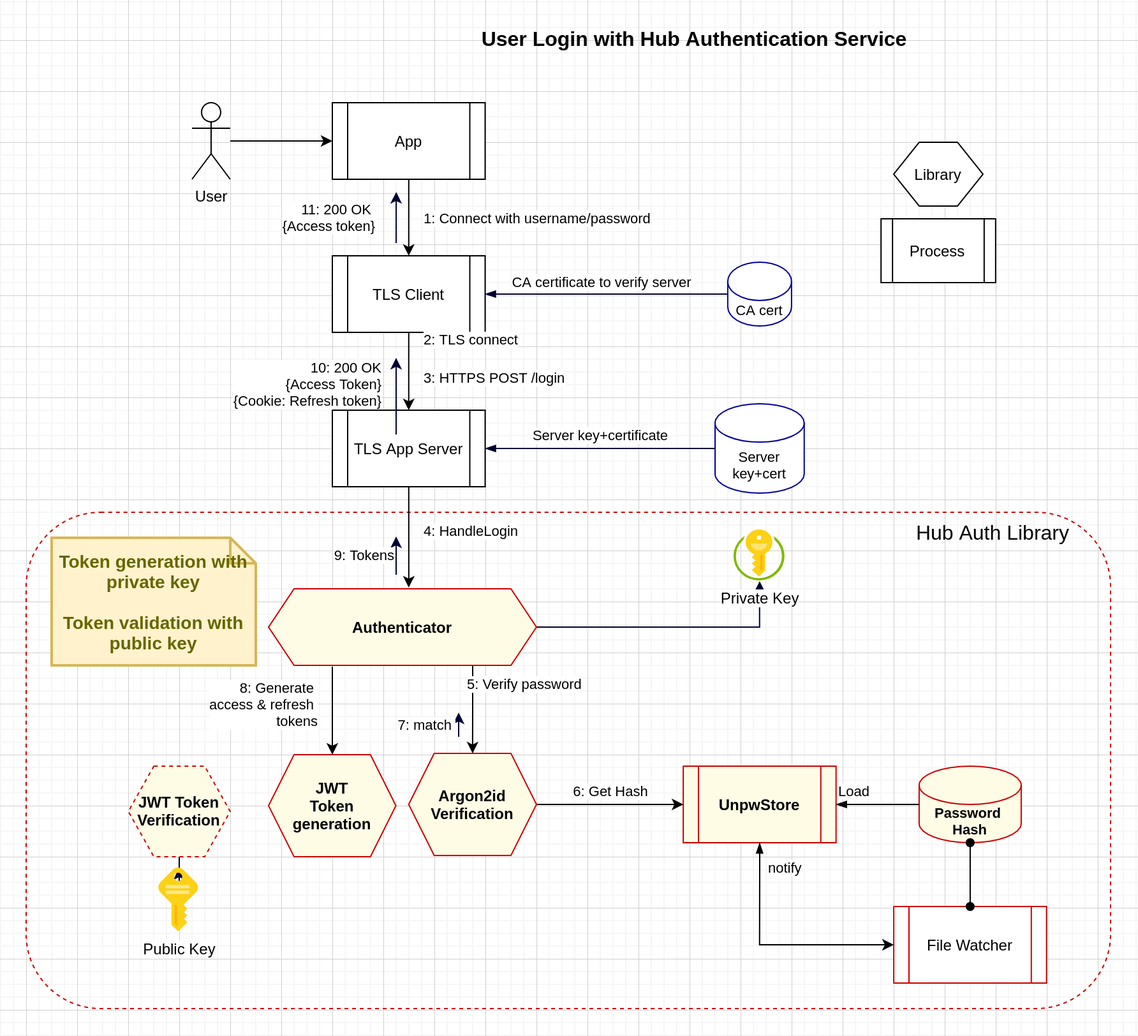
The draw.io diagram auth/docs/authentication login.png in hiveot/hub.capnp, before a commit. Source tidied: cells renumbered, new cells last; positions are measured from the earlier drawing's top-left corner, leaving out a move shared by most shapes.
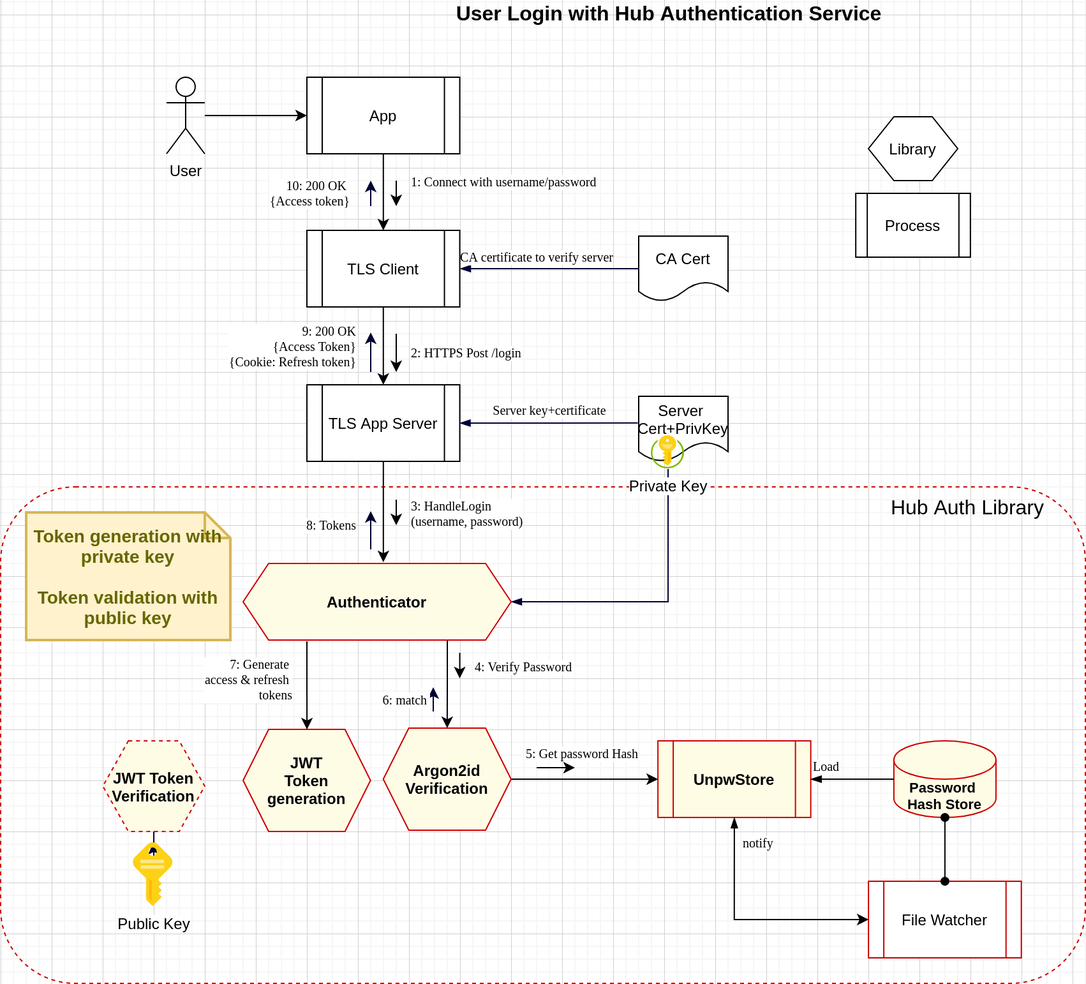
The same diagram one commit later.

Diff of the diagram source:
```diff
@@ -11,22 +11,24 @@
     <mxCell id="4" value="UnpwStore" style="shape=process;whiteSpace=wrap;html=1;backgroundOutline=1;strokeColor=#CC0000;fillColor=#FFFCE6;fontStyle=1;" parent="1" vertex="1">
       <mxGeometry x="515.1" y="580" width="119.8" height="60" as="geometry" />
     </mxCell>
-    <mxCell id="5" value="4: HandleLogin" style="edgeStyle=orthogonalEdgeStyle;rounded=0;jettySize=auto;html=1;exitX=0.5;exitY=1;exitDx=0;exitDy=0;align=left;entryX=0.5;entryY=0;entryDx=0;entryDy=0;" parent="1" edge="1" source="9">
-      <mxGeometry x="560" y="249" as="geometry">
+    <mxCell id="5" style="edgeStyle=orthogonalEdgeStyle;rounded=0;jettySize=auto;html=1;exitX=0.5;exitY=1;exitDx=0;exitDy=0;align=left;entryX=0.5;entryY=0;entryDx=0;entryDy=0;" parent="1" edge="1" source="9">
+      <mxGeometry as="geometry">
         <mxPoint x="299.9" y="440" as="targetPoint" />
         <Array as="points">
           <mxPoint x="300" y="430" />
           <mxPoint x="300" y="430" />
         </Array>
-        <mxPoint x="10" y="-5" as="offset" />
+        <mxPoint x="130" y="-9" as="offset" />
       </mxGeometry>
     </mxCell>
-    <mxCell id="6" style="edgeStyle=orthogonalEdgeStyle;rounded=0;jumpStyle=none;jumpSize=10;jettySize=auto;html=1;fontSize=16;strokeColor=#000033;align=left;entryX=0;entryY=0.5;entryDx=0;entryDy=0;entryPerimeter=0;startArrow=blockThin;startFill=1;endArrow=none;endFill=0;" parent="1" edge="1" source="8" target="38">
-      <mxGeometry relative="1" as="geometry" />
+    <mxCell id="6" style="edgeStyle=orthogonalEdgeStyle;rounded=0;jumpStyle=none;jumpSize=10;jettySize=auto;html=1;fontSize=16;strokeColor=#000033;align=left;entryX=0;entryY=0.5;entryDx=0;entryDy=0;startArrow=blockThin;startFill=1;endArrow=none;endFill=0;" parent="1" edge="1" target="46">
+      <mxGeometry relative="1" as="geometry">
+        <mxPoint x="360" y="210" as="sourcePoint" />
+      </mxGeometry>
     </mxCell>
-    <mxCell id="7" value="CA certificate to verify server" style="edgeLabel;html=1;align=center;verticalAlign=middle;fontSize=11;" parent="6" vertex="1">
+    <mxCell id="7" value="CA certificate to verify server" style="edgeLabel;html=1;align=center;verticalAlign=middle;fontSize=10;fontFamily=Georgia;" parent="6" vertex="1">
       <mxGeometry x="-0.59" relative="1" as="geometry">
-        <mxPoint x="52" y="-9" as="offset" />
+        <mxPoint x="31" y="-9" as="offset" />
       </mxGeometry>
     </mxCell>
     <mxCell id="8" value="TLS Client" style="shape=process;whiteSpace=wrap;html=1;backgroundOutline=1;" parent="1" vertex="1">
@@ -35,16 +37,11 @@
     <mxCell id="9" value="TLS App Server" style="shape=process;whiteSpace=wrap;html=1;backgroundOutline=1;" parent="1" vertex="1">
       <mxGeometry x="240" y="301" width="119.8" height="60" as="geometry" />
     </mxCell>
-    <mxCell id="10" value="2: TLS connect" style="edgeStyle=orthogonalEdgeStyle;rounded=0;jettySize=auto;html=1;align=left;labelPosition=right;verticalLabelPosition=middle;verticalAlign=middle;" parent="1" edge="1" source="8" target="9">
-      <mxGeometry x="560" y="249" as="geometry">
-        <mxPoint x="10" y="-25" as="offset" />
+    <mxCell id="10" style="edgeStyle=orthogonalEdgeStyle;rounded=0;jettySize=auto;html=1;align=left;labelPosition=right;verticalLabelPosition=middle;verticalAlign=middle;" parent="1" edge="1" source="8" target="9">
+      <mxGeometry as="geometry">
+        <mxPoint x="100" y="-29" as="offset" />
       </mxGeometry>
     </mxCell>
-    <mxCell id="11" value="3: HTTPS POST /login" style="edgeLabel;html=1;align=left;verticalAlign=middle;labelPosition=right;verticalLabelPosition=middle;" parent="10" vertex="1">
-      <mxGeometry relative="1" as="geometry">
-        <mxPoint x="10" y="5" as="offset" />
-      </mxGeometry>
-    </mxCell>
     <mxCell id="12" value="App" style="shape=process;whiteSpace=wrap;html=1;backgroundOutline=1;" parent="1" vertex="1">
       <mxGeometry x="240" y="60" width="119.8" height="60" as="geometry" />
     </mxCell>
@@ -61,15 +58,15 @@
         </Array>
       </mxGeometry>
     </mxCell>
-    <mxCell id="16" value="notify" style="edgeLabel;html=1;align=left;verticalAlign=middle;" parent="15" vertex="1">
+    <mxCell id="16" value="notify" style="edgeLabel;html=1;align=left;verticalAlign=middle;fontFamily=Georgia;fontSize=10;" parent="15" vertex="1">
       <mxGeometry x="0.18" y="-3" relative="1" as="geometry">
         <mxPoint x="-24" y="-63" as="offset" />
       </mxGeometry>
     </mxCell>
-    <mxCell id="17" value="Password &lt;br&gt;Hash" style="shape=cylinder3;whiteSpace=wrap;html=1;boundedLbl=1;backgroundOutline=1;size=15;strokeColor=#CC0000;fontSize=11;fillColor=#FFFCE6;fontStyle=1;" parent="1" vertex="1">
+    <mxCell id="17" value="Password &lt;br&gt;Hash Store" style="shape=cylinder3;whiteSpace=wrap;html=1;boundedLbl=1;backgroundOutline=1;size=15;strokeColor=#CC0000;fontSize=11;fillColor=#FFFCE6;fontStyle=1;" parent="1" vertex="1">
       <mxGeometry x="700" y="580" width="80" height="60" as="geometry" />
     </mxCell>
-    <mxCell id="18" value="Load" style="edgeStyle=orthogonalEdgeStyle;rounded=0;jettySize=auto;html=1;entryX=0;entryY=0.5;entryDx=0;entryDy=0;entryPerimeter=0;align=left;labelPosition=right;verticalLabelPosition=middle;verticalAlign=middle;startArrow=blockThin;startFill=1;endArrow=none;endFill=0;" parent="1" edge="1" source="4" target="17">
+    <mxCell id="18" value="Load" style="edgeStyle=orthogonalEdgeStyle;rounded=0;jettySize=auto;html=1;entryX=0;entryY=0.5;entryDx=0;entryDy=0;entryPerimeter=0;align=left;labelPosition=right;verticalLabelPosition=middle;verticalAlign=middle;startArrow=blockThin;startFill=1;endArrow=none;endFill=0;fontFamily=Georgia;fontSize=10;" parent="1" edge="1" source="4" target="17">
       <mxGeometry x="560" y="249" as="geometry">
         <mxPoint x="-32" y="-10" as="offset" />
       </mxGeometry>
@@ -77,7 +74,7 @@
     <mxCell id="19" style="edgeStyle=orthogonalEdgeStyle;rounded=0;jettySize=auto;html=1;endArrow=oval;endFill=1;startArrow=oval;startFill=1;" parent="1" edge="1" source="14" target="17">
       <mxGeometry x="694.5" y="169" as="geometry" />
     </mxCell>
-    <mxCell id="20" value="6: Get Hash" style="edgeStyle=orthogonalEdgeStyle;rounded=0;jettySize=auto;html=1;entryX=0;entryY=0.5;entryDx=0;entryDy=0;exitX=1;exitY=0.5;exitDx=0;exitDy=0;" parent="1" edge="1" source="23" target="4">
+    <mxCell id="20" style="edgeStyle=orthogonalEdgeStyle;rounded=0;jettySize=auto;html=1;entryX=0;entryY=0.5;entryDx=0;entryDy=0;exitX=1;exitY=0.5;exitDx=0;exitDy=0;" parent="1" edge="1" source="23" target="4">
       <mxGeometry x="560" y="329" as="geometry">
         <Array as="points">
           <mxPoint x="515" y="610" />
@@ -88,11 +85,6 @@
     <mxCell id="21" style="edgeStyle=orthogonalEdgeStyle;rounded=0;jettySize=auto;html=1;align=right;exitX=0.5;exitY=1;exitDx=0;exitDy=0;" parent="1" edge="1" source="12" target="8">
       <mxGeometry x="694.5" y="89" as="geometry" />
     </mxCell>
-    <mxCell id="22" value="1: Connect with username/password" style="edgeLabel;html=1;align=left;verticalAlign=middle;" parent="21" vertex="1">
-      <mxGeometry relative="1" as="geometry">
-        <mxPoint x="10" y="1" as="offset" />
-      </mxGeometry>
-    </mxCell>
     <mxCell id="23" value="Argon2id&lt;br&gt;Verification" style="shape=hexagon;perimeter=hexagonPerimeter2;whiteSpace=wrap;html=1;fixedSize=1;strokeColor=#CC0000;fillColor=#FFFCE6;fontStyle=1;" parent="1" vertex="1">
       <mxGeometry x="299.8" y="570" width="100.2" height="80" as="geometry" />
     </mxCell>
@@ -102,13 +94,13 @@
     <mxCell id="25" value="JWT Token Verification" style="shape=hexagon;perimeter=hexagonPerimeter2;whiteSpace=wrap;html=1;fixedSize=1;dashed=1;fillColor=#FFFCE6;strokeColor=#CC0000;fontStyle=1;" parent="1" vertex="1">
       <mxGeometry x="80.1" y="580" width="79.8" height="71" as="geometry" />
     </mxCell>
-    <mxCell id="26" style="edgeStyle=orthogonalEdgeStyle;rounded=0;jumpStyle=none;jumpSize=10;jettySize=auto;html=1;fontSize=11;strokeColor=#000033;align=left;exitX=1;exitY=0.5;exitDx=0;exitDy=0;" parent="1" edge="1" source="44" target="39">
+    <mxCell id="26" style="edgeStyle=orthogonalEdgeStyle;rounded=0;jumpStyle=none;jumpSize=10;jettySize=auto;html=1;fontSize=11;strokeColor=#000033;align=left;exitX=1;exitY=0.5;exitDx=0;exitDy=0;startArrow=blockThin;startFill=1;endArrow=none;endFill=0;" parent="1" edge="1" source="44" target="39">
       <mxGeometry relative="1" as="geometry" />
     </mxCell>
     <mxCell id="27" value="JWT&lt;br&gt;Token generation" style="shape=hexagon;perimeter=hexagonPerimeter2;whiteSpace=wrap;html=1;fixedSize=1;strokeColor=#CC0000;fillColor=#FFFCE6;fontStyle=1;" parent="1" vertex="1">
       <mxGeometry x="190" y="571" width="99.8" height="80" as="geometry" />
     </mxCell>
-    <mxCell id="28" value="8: Generate &lt;br&gt;access &amp;amp; refresh &lt;br&gt;tokens" style="edgeStyle=orthogonalEdgeStyle;rounded=0;jettySize=auto;html=1;entryX=0.5;entryY=0;entryDx=0;entryDy=0;align=right;" parent="1" edge="1" target="27">
+    <mxCell id="28" value="7: Generate &lt;br style=&quot;font-size: 10px;&quot;&gt;access &amp;amp; refresh &lt;br style=&quot;font-size: 10px;&quot;&gt;tokens" style="edgeStyle=orthogonalEdgeStyle;rounded=0;jettySize=auto;html=1;entryX=0.5;entryY=0;entryDx=0;entryDy=0;align=right;fontSize=10;fontFamily=Georgia;" parent="1" edge="1" target="27">
       <mxGeometry as="geometry">
         <mxPoint x="240" y="502" as="sourcePoint" />
         <Array as="points">
@@ -123,56 +115,47 @@
     <mxCell id="30" value="Process" style="shape=process;whiteSpace=wrap;html=1;backgroundOutline=1;" parent="1" vertex="1">
       <mxGeometry x="670.1" y="151" width="89.8" height="50" as="geometry" />
     </mxCell>
-    <mxCell id="31" value="Server key+cert" style="shape=cylinder3;whiteSpace=wrap;html=1;boundedLbl=1;backgroundOutline=1;size=15;fontSize=11;strokeColor=#000099;" parent="1" vertex="1">
-      <mxGeometry x="540" y="296" width="69.9" height="70" as="geometry" />
-    </mxCell>
-    <mxCell id="32" style="edgeStyle=orthogonalEdgeStyle;rounded=0;jumpStyle=none;jumpSize=10;jettySize=auto;html=1;strokeColor=#000033;align=right;entryX=0;entryY=0.5;entryDx=0;entryDy=0;entryPerimeter=0;startArrow=blockThin;startFill=1;endArrow=none;endFill=0;" parent="1" edge="1" source="9" target="31">
+    <mxCell id="32" style="edgeStyle=orthogonalEdgeStyle;rounded=0;jumpStyle=none;jumpSize=10;jettySize=auto;html=1;strokeColor=#000033;align=right;startArrow=blockThin;startFill=1;endArrow=none;endFill=0;entryX=-0.01;entryY=0.409;entryDx=0;entryDy=0;entryPerimeter=0;exitX=1;exitY=0.5;exitDx=0;exitDy=0;" parent="1" edge="1" source="9" target="53">
       <mxGeometry x="560" y="249" as="geometry">
         <mxPoint x="-163" y="65" as="offset" />
       </mxGeometry>
     </mxCell>
-    <mxCell id="33" value="Server key+certificate" style="edgeLabel;html=1;align=center;verticalAlign=middle;" parent="32" vertex="1">
+    <mxCell id="33" value="Server key+certificate" style="edgeLabel;html=1;align=center;verticalAlign=middle;fontFamily=Georgia;fontSize=10;" parent="32" vertex="1">
       <mxGeometry relative="1" as="geometry">
         <mxPoint y="-10" as="offset" />
       </mxGeometry>
     </mxCell>
-    <mxCell id="34" value="9: Tokens" style="endArrow=classic;html=1;strokeColor=#000033;align=right;" parent="1" edge="1">
-      <mxGeometry relative="1" as="geometry">
+    <mxCell id="34" value="8: Tokens" style="endArrow=classic;html=1;strokeColor=#000033;align=right;fontFamily=Georgia;fontSize=10;" parent="1" edge="1">
+      <mxGeometry x="0.27" y="10" relative="1" as="geometry">
         <mxPoint x="290" y="430" as="sourcePoint" />
         <mxPoint x="290" y="400" as="targetPoint" />
       </mxGeometry>
     </mxCell>
-    <mxCell id="35" value="10: 200 OK&lt;br&gt;{Access Token}&lt;br&gt;{Cookie: Refresh token}" style="endArrow=classic;html=1;strokeColor=#000033;align=right;" parent="1" edge="1">
+    <mxCell id="35" value="9: 200 OK&lt;br style=&quot;font-size: 10px;&quot;&gt;{Access Token}&lt;br style=&quot;font-size: 10px;&quot;&gt;{Cookie: Refresh token}" style="endArrow=classic;html=1;strokeColor=#000033;align=right;fontFamily=Georgia;fontSize=10;" parent="1" edge="1">
       <mxGeometry x="0.3" y="10" relative="1" as="geometry">
-        <mxPoint x="290" y="320" as="sourcePoint" />
+        <mxPoint x="290" y="291" as="sourcePoint" />
         <mxPoint x="290" y="260" as="targetPoint" />
       </mxGeometry>
     </mxCell>
-    <mxCell id="36" value="11: 200 OK&amp;nbsp;&lt;br&gt;{Access token}" style="endArrow=classic;html=1;strokeColor=#000033;align=right;" parent="1" edge="1">
+    <mxCell id="36" value="10: 200 OK&amp;nbsp;&lt;br style=&quot;font-size: 10px;&quot;&gt;{Access token}" style="endArrow=classic;html=1;strokeColor=#000033;align=right;fontFamily=Georgia;fontSize=10;" parent="1" edge="1">
       <mxGeometry y="15" relative="1" as="geometry">
-        <mxPoint x="290" y="170" as="sourcePoint" />
-        <mxPoint x="290" y="130" as="targetPoint" />
+        <mxPoint x="290" y="161" as="sourcePoint" />
+        <mxPoint x="290" y="141" as="targetPoint" />
       </mxGeometry>
     </mxCell>
     <mxCell id="37" value="User Login with Hub Authentication Service" style="text;html=1;strokeColor=none;fillColor=none;align=center;verticalAlign=middle;whiteSpace=wrap;rounded=0;dashed=1;fontSize=16;fontStyle=1;" parent="1" vertex="1">
       <mxGeometry x="334" width="380" height="20" as="geometry" />
     </mxCell>
-    <mxCell id="38" value="CA cert" style="shape=cylinder3;whiteSpace=wrap;html=1;boundedLbl=1;backgroundOutline=1;size=15;fontSize=11;strokeColor=#000099;" parent="1" vertex="1">
-      <mxGeometry x="549.9" y="185" width="50" height="50" as="geometry" />
-    </mxCell>
-    <mxCell id="39" value="Private Key" style="html=1;points=[];align=center;image;fontSize=12;image=img/lib/mscae/Key_Vaults.svg;dashed=1;strokeColor=#CC0000;fillColor=none;" parent="1" vertex="1">
-      <mxGeometry x="554.9" y="395" width="40" height="40" as="geometry" />
-    </mxCell>
     <mxCell id="40" value="Public Key" style="html=1;points=[];align=center;image;fontSize=12;image=img/lib/mscae/Key.svg;dashed=1;strokeColor=#000099;fillColor=none;" parent="1" vertex="1">
       <mxGeometry x="104.1" y="660" width="31" height="50" as="geometry" />
     </mxCell>
-    <mxCell id="41" value="7: match&amp;nbsp;" style="endArrow=classic;html=1;strokeColor=#000033;align=right;" parent="1" edge="1">
+    <mxCell id="41" value="6: match&amp;nbsp;" style="endArrow=classic;html=1;strokeColor=#000033;align=right;fontFamily=Georgia;fontSize=10;" parent="1" edge="1">
       <mxGeometry x="-0.05" y="1" relative="1" as="geometry">
         <mxPoint x="339" y="557" as="sourcePoint" />
         <mxPoint x="339" y="538" as="targetPoint" />
       </mxGeometry>
     </mxCell>
-    <mxCell id="42" value="5: Verify password" style="edgeStyle=orthogonalEdgeStyle;rounded=0;jettySize=auto;html=1;entryX=0.5;entryY=0;entryDx=0;entryDy=0;align=left;labelPosition=right;verticalLabelPosition=middle;verticalAlign=middle;" parent="1" edge="1" source="44" target="23">
+    <mxCell id="42" style="edgeStyle=orthogonalEdgeStyle;rounded=0;jettySize=auto;html=1;entryX=0.5;entryY=0;entryDx=0;entryDy=0;align=left;labelPosition=right;verticalLabelPosition=middle;verticalAlign=middle;" parent="1" edge="1" source="44" target="23">
       <mxGeometry x="560" y="249" as="geometry">
         <Array as="points">
           <mxPoint x="350" y="531" />
@@ -187,5 +170,72 @@
     <mxCell id="44" value="Authenticator" style="shape=hexagon;perimeter=hexagonPerimeter2;whiteSpace=wrap;html=1;fixedSize=1;strokeColor=#CC0000;fillColor=#FFFCE6;fontStyle=1;" parent="1" vertex="1">
       <mxGeometry x="190" y="441" width="210" height="60" as="geometry" />
     </mxCell>
+    <mxCell id="45" style="endArrow=classic;html=1;rounded=0;edgeStyle=orthogonalEdgeStyle;" parent="1" edge="1">
+      <mxGeometry relative="1" as="geometry">
+        <mxPoint x="310" y="141" as="sourcePoint" />
+        <mxPoint x="310" y="161" as="targetPoint" />
+      </mxGeometry>
+    </mxCell>
+    <mxCell id="22" value="&lt;meta charset=&quot;utf-8&quot; style=&quot;font-size: 10px;&quot;&gt;&lt;span style=&quot;color: rgb(0, 0, 0); font-size: 10px; font-style: normal; font-weight: 400; letter-spacing: normal; text-indent: 0px; text-transform: none; word-spacing: 0px; background-color: rgb(255, 255, 255); display: inline; float: none;&quot;&gt;1: Connect with username/password&lt;/span&gt;" style="edgeLabel;html=1;align=left;verticalAlign=middle;fontFamily=Georgia;fontSize=10;" parent="45" vertex="1">
+      <mxGeometry relative="1" as="geometry">
+        <mxPoint x="10" y="-10" as="offset" />
+      </mxGeometry>
+    </mxCell>
+    <mxCell id="46" value="CA Cert" style="shape=document;whiteSpace=wrap;html=1;boundedLbl=1;align=center;" parent="1" vertex="1">
+      <mxGeometry x="500" y="184.5" width="70" height="51" as="geometry" />
+    </mxCell>
+    <mxCell id="47" style="endArrow=classic;html=1;rounded=0;edgeStyle=orthogonalEdgeStyle;align=left;" parent="1" edge="1">
+      <mxGeometry relative="1" as="geometry">
+        <mxPoint x="310" y="261" as="sourcePoint" />
+        <mxPoint x="310" y="291" as="targetPoint" />
+      </mxGeometry>
+    </mxCell>
+    <mxCell id="48" value="2:&amp;nbsp;HTTPS Post /login" style="edgeLabel;html=1;align=left;verticalAlign=middle;fontFamily=Georgia;fontSize=10;" parent="47" vertex="1">
+      <mxGeometry relative="1" as="geometry">
+        <mxPoint x="10" as="offset" />
+      </mxGeometry>
+    </mxCell>
+    <mxCell id="49" style="endArrow=classic;html=1;rounded=0;edgeStyle=orthogonalEdgeStyle;align=left;" parent="1" edge="1">
+      <mxGeometry relative="1" as="geometry">
+        <mxPoint x="310" y="391" as="sourcePoint" />
+        <mxPoint x="310" y="411" as="targetPoint" />
+      </mxGeometry>
+    </mxCell>
+    <mxCell id="50" value="3: HandleLogin&lt;br&gt;(username, password)" style="edgeLabel;html=1;align=left;verticalAlign=middle;fontFamily=Georgia;fontSize=10;" parent="49" vertex="1">
+      <mxGeometry relative="1" as="geometry">
+        <mxPoint x="10" as="offset" />
+      </mxGeometry>
+    </mxCell>
+    <mxCell id="51" style="endArrow=classic;html=1;rounded=0;edgeStyle=orthogonalEdgeStyle;align=left;" parent="1" edge="1">
+      <mxGeometry relative="1" as="geometry">
+        <mxPoint x="359.8" y="511" as="sourcePoint" />
+        <mxPoint x="359.8" y="531" as="targetPoint" />
+      </mxGeometry>
+    </mxCell>
+    <mxCell id="52" value="4: Verify Password" style="edgeLabel;html=1;align=left;verticalAlign=middle;fontFamily=Georgia;fontSize=10;" parent="51" vertex="1">
+      <mxGeometry relative="1" as="geometry">
+        <mxPoint x="10" as="offset" />
+      </mxGeometry>
+    </mxCell>
+    <mxCell id="53" value="Server &lt;br&gt;Cert+PrivKey&lt;br&gt;" style="shape=document;whiteSpace=wrap;html=1;boundedLbl=1;align=center;" parent="1" vertex="1">
+      <mxGeometry x="500" y="310" width="70" height="51" as="geometry" />
+    </mxCell>
+    <mxCell id="39" value="Private Key" style="html=1;points=[];align=center;image;fontSize=12;image=img/lib/mscae/Key_Vaults.svg;dashed=1;strokeColor=#CC0000;fillColor=none;" parent="1" vertex="1">
+      <mxGeometry x="510" y="341" width="26" height="26" as="geometry" />
+    </mxCell>
+    <mxCell id="54" style="endArrow=classic;html=1;rounded=0;edgeStyle=orthogonalEdgeStyle;align=left;" parent="1" edge="1">
+      <mxGeometry relative="1" as="geometry">
+        <mxPoint x="420" y="601" as="sourcePoint" />
+        <mxPoint x="450" y="601" as="targetPoint" />
+        <Array as="points">
+          <mxPoint x="420" y="601" />
+        </Array>
+      </mxGeometry>
+    </mxCell>
+    <mxCell id="55" value="5: Get password Hash" style="edgeLabel;html=1;align=left;verticalAlign=middle;fontFamily=Georgia;fontSize=10;" parent="54" vertex="1">
+      <mxGeometry relative="1" as="geometry">
+        <mxPoint x="-25" y="-11" as="offset" />
+      </mxGeometry>
+    </mxCell>
   </root>
 </mxGraphModel>
```
